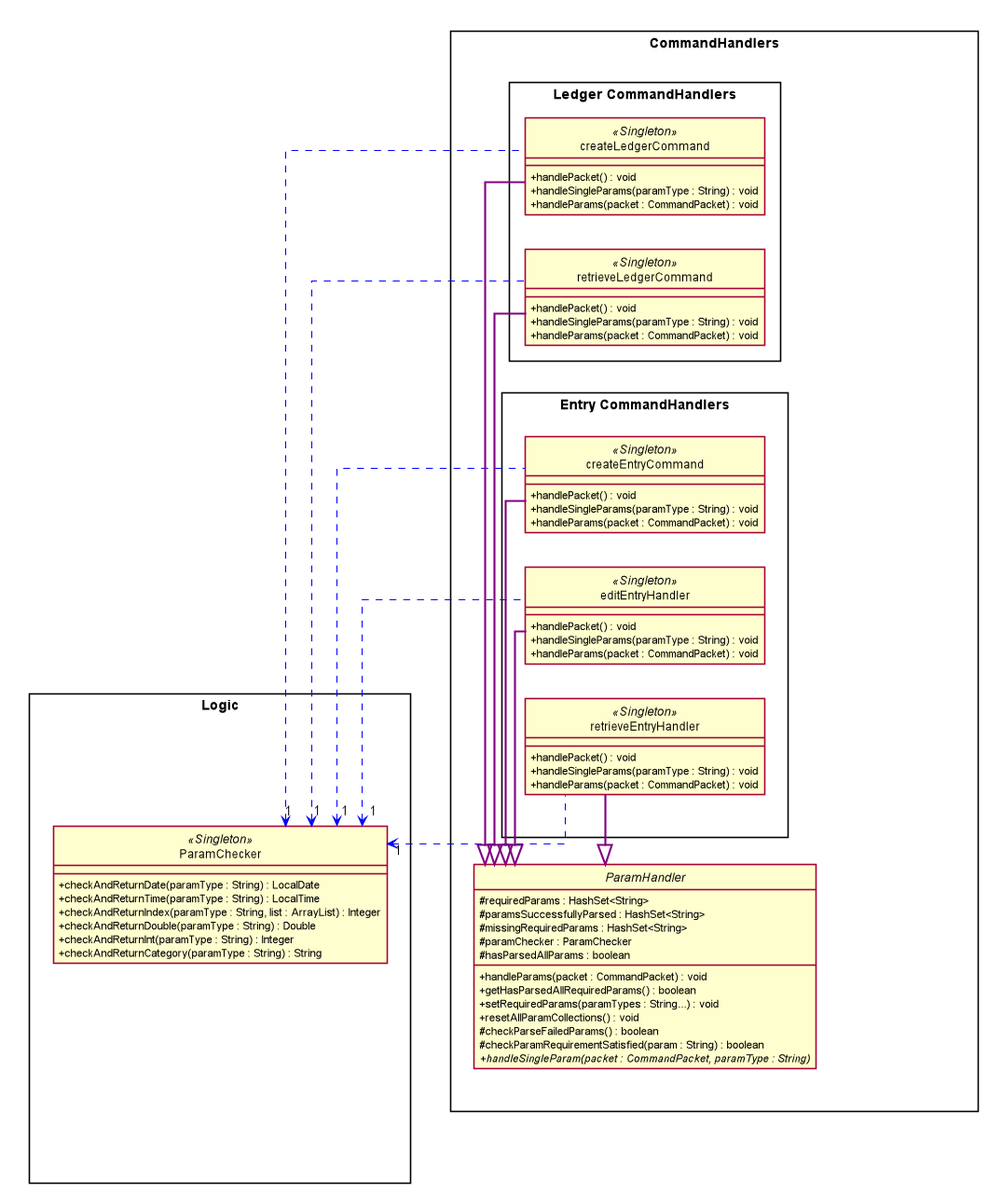
The PlantUML diagram docs/uml_images/images_updated/Commands_Logic.png in nus-cs2113-AY2021S1/tp, before a commit.
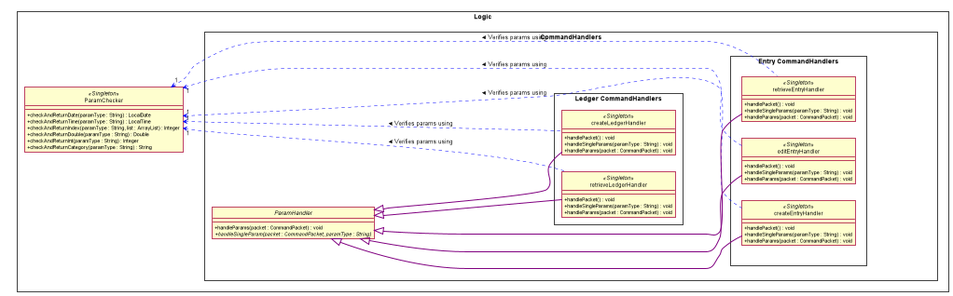
Above is the later version.

Change to the diagram source:
```diff
@@ -5,7 +5,6 @@
 skinparam classAttributeIconSize 0
 skinparam BoxPadding 20
 skinparam shadowing false
-skinparam linetype ortho
 skinparam package<<Layout>> {
   borderColor Transparent
   backgroundColor Transparent
@@ -38,31 +37,22 @@
     p1 -[hidden] p2
     p2 -[hidden] p3
     p2 -[hidden] ParamChecker
-}
+
 
 rectangle "CommandHandlers"    {
     abstract class ParamHandler {
-        # requiredParams : HashSet<String>
-        # paramsSuccessfullyParsed : HashSet<String>
-        # missingRequiredParams : HashSet<String>
-        # paramChecker : ParamChecker
-        # hasParsedAllParams : boolean
+
         + handleParams(packet : CommandPacket) : void
-        + getHasParsedAllRequiredParams() : boolean
-        + setRequiredParams(paramTypes : String...) : void
-        + resetAllParamCollections() : void
-        # checkParseFailedParams() : boolean
-        # checkParamRequirementSatisfied(param : String) : boolean
         + {abstract} handleSingleParam(packet : CommandPacket, paramType : String)
     }
 
     rectangle "Ledger CommandHandlers"    {
-        class createLedgerCommand <<Singleton>>{
+        class createLedgerHandler <<Singleton>>{
             + handlePacket() : void
             + handleSingleParams(paramType : String) : void
             + handleParams(packet : CommandPacket) : void
         }
-        class retrieveLedgerCommand <<Singleton>>{
+        class retrieveLedgerHandler <<Singleton>>{
             + handlePacket() : void
             + handleSingleParams(paramType : String) : void
             + handleParams(packet : CommandPacket) : void
@@ -73,7 +63,7 @@
     }
 
     rectangle "Entry CommandHandlers"    {
-        class createEntryCommand <<Singleton>>{
+        class createEntryHandler <<Singleton>>{
             + handlePacket() : void
             + handleSingleParams(paramType : String) : void
             + handleParams(packet : CommandPacket) : void
@@ -94,19 +84,18 @@
     ParamChecker -[hidden]- ParamHandler
 }
 
-"CommandHandlers"    -[hidden]down- Logic
-
-ParamChecker "1" <.[norank]. createLedgerCommand #line:blue;text:black
-ParamChecker "1" <.[norank]. retrieveLedgerCommand #line:blue;text:black
-ParamChecker "1" <.[norank]. createEntryCommand #line:blue;text:black
-ParamChecker "1" <.[norank]. editEntryHandler #line:blue;text:black
-ParamChecker "1" <.[norank]. retrieveEntryHandler #line:blue;text:black
-ParamHandler <|-[norank]- createLedgerCommand #line:purple;line.bold;text:red
-ParamHandler <|-[norank]- retrieveLedgerCommand #line:purple;line.bold;text:red
-ParamHandler <|-[norank]- createEntryCommand #line:purple;line.bold;text:red
-ParamHandler <|-[norank]- retrieveEntryHandler #line:purple;line.bold;text:red
-ParamHandler <|-[norank]- editEntryHandler #line:purple;line.bold;text:red
 
 
+ParamChecker "1" <... createLedgerHandler #line:blue;text:black : < Verifies params using
+ParamChecker "1" <... retrieveLedgerHandler #line:blue;text:black : < Verifies params using
+ParamChecker "1" <... createEntryHandler #line:blue;text:black : < Verifies params using
+ParamChecker "1" <... editEntryHandler #line:blue;text:black : < Verifies params using
+ParamChecker "1" <... retrieveEntryHandler #line:blue;text:black : < Verifies params using
+ParamHandler <|--- createLedgerHandler #line:purple;line.bold;text:red
+ParamHandler <|--- retrieveLedgerHandler #line:purple;line.bold;text:red
+ParamHandler <|--- createEntryHandler #line:purple;line.bold;text:red
+ParamHandler <|----- retrieveEntryHandler #line:purple;line.bold;text:red
+ParamHandler <|--- editEntryHandler #line:purple;line.bold;text:red
+}
 
 @enduml
```
